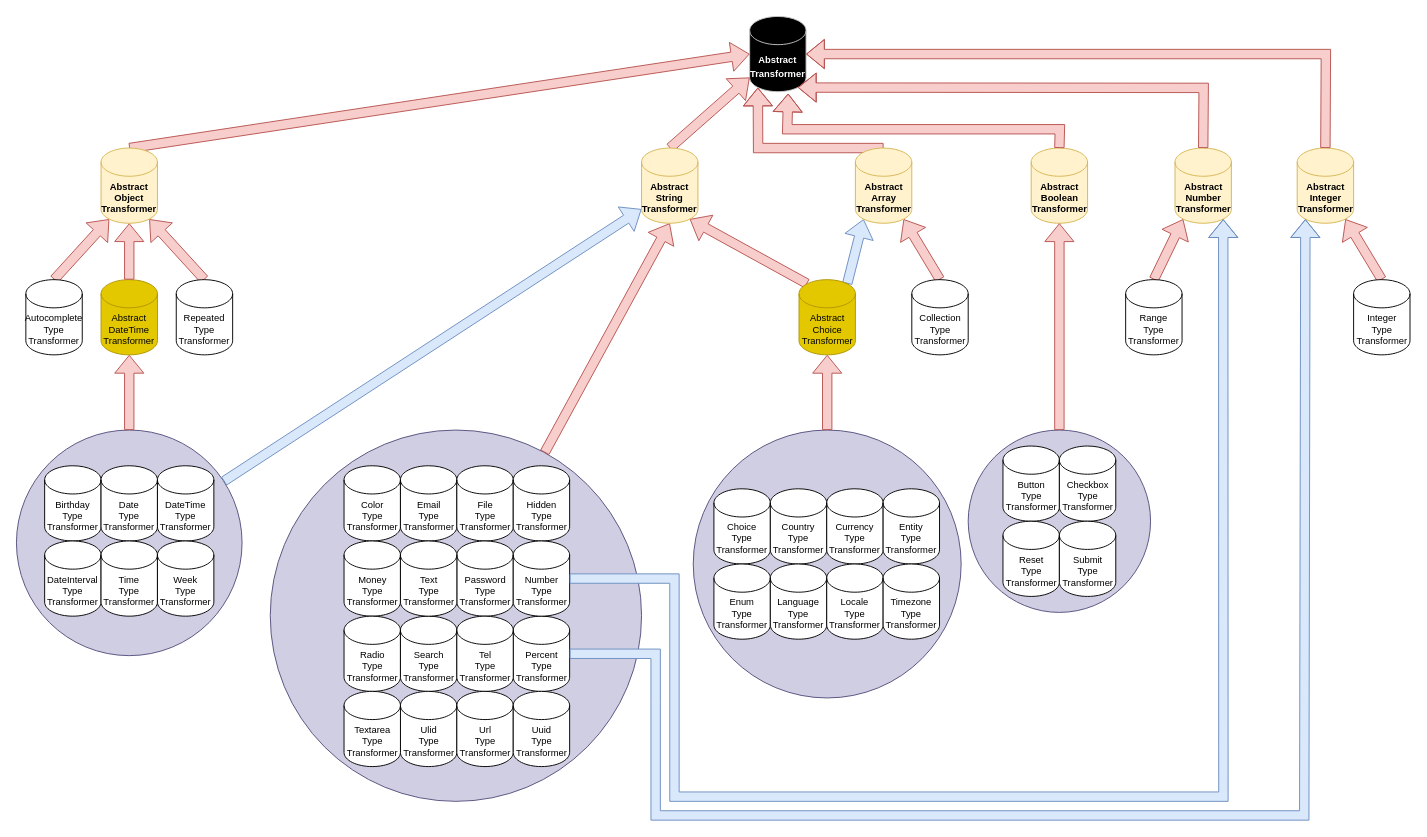
This is docs/architecture.drawio from w3r-one/json-schema-bundle, a draw.io file, before an edit. Source tidied: cells renumbered, new cells numbered last; positions are measured from the earlier drawing's top-left corner, leaving out a move shared by most shapes. Both pictures are drawn from the tidied source at 94%, with x=0, y=0 at pixel (16, 16).
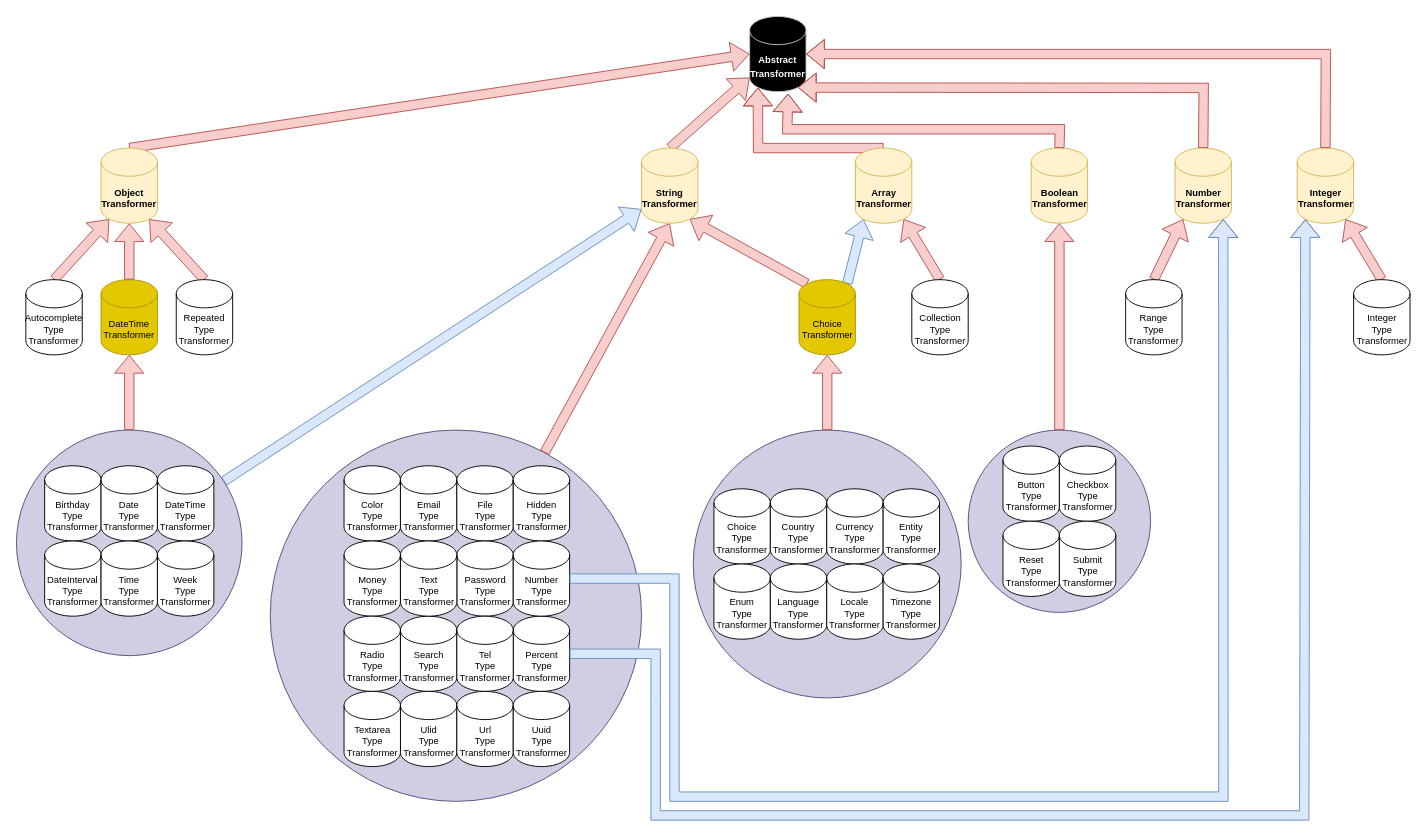
After the change.

The edit, as a diff of the source:
```diff
@@
-    <mxCell id="5" value="&lt;div&gt;Abstract&lt;/div&gt;&lt;div&gt;Boolean&lt;/div&gt;&lt;div&gt;Transformer&lt;/div&gt;" style="shape=cylinder3;whiteSpace=wrap;html=1;boundedLbl=1;backgroundOutline=1;size=15;fontSize=10;fillColor=#fff2cc;strokeColor=#d6b656;fontStyle=1;" parent="1" vertex="1">
+    <mxCell id="5" value="&lt;div&gt;Boolean&lt;/div&gt;&lt;div&gt;Transformer&lt;/div&gt;" style="shape=cylinder3;whiteSpace=wrap;html=1;boundedLbl=1;backgroundOutline=1;size=15;fontSize=10;fillColor=#fff2cc;strokeColor=#d6b656;fontStyle=1;" parent="1" vertex="1">
       <mxGeometry x="1079.5" y="140" width="60" height="80" as="geometry" />
     </mxCell>
-    <mxCell id="6" value="&lt;div&gt;Abstract&lt;/div&gt;&lt;div&gt;Number&lt;br&gt;&lt;/div&gt;&lt;div&gt;Transformer&lt;/div&gt;" style="shape=cylinder3;whiteSpace=wrap;html=1;boundedLbl=1;backgroundOutline=1;size=15;fontSize=10;fillColor=#fff2cc;strokeColor=#d6b656;fontStyle=1;" parent="1" vertex="1">
+    <mxCell id="6" value="&lt;div&gt;Number&lt;br&gt;&lt;/div&gt;&lt;div&gt;Transformer&lt;/div&gt;" style="shape=cylinder3;whiteSpace=wrap;html=1;boundedLbl=1;backgroundOutline=1;size=15;fontSize=10;fillColor=#fff2cc;strokeColor=#d6b656;fontStyle=1;" parent="1" vertex="1">
       <mxGeometry x="1232.5" y="140" width="60" height="80" as="geometry" />
     </mxCell>
-    <mxCell id="7" value="&lt;div&gt;Abstract&lt;/div&gt;&lt;div&gt;Integer&lt;/div&gt;&lt;div&gt;Transformer&lt;/div&gt;" style="shape=cylinder3;whiteSpace=wrap;html=1;boundedLbl=1;backgroundOutline=1;size=15;fontSize=10;fillColor=#fff2cc;strokeColor=#d6b656;fontStyle=1;" parent="1" vertex="1">
+    <mxCell id="7" value="&lt;div&gt;Integer&lt;/div&gt;&lt;div&gt;Transformer&lt;/div&gt;" style="shape=cylinder3;whiteSpace=wrap;html=1;boundedLbl=1;backgroundOutline=1;size=15;fontSize=10;fillColor=#fff2cc;strokeColor=#d6b656;fontStyle=1;" parent="1" vertex="1">
       <mxGeometry x="1362.5" y="140" width="60" height="80" as="geometry" />
     </mxCell>
@@
-    <mxCell id="12" value="&lt;div&gt;Abstract&lt;br&gt;&lt;/div&gt;&lt;div&gt;DateTime&lt;/div&gt;&lt;div&gt;Transformer&lt;/div&gt;" style="shape=cylinder3;whiteSpace=wrap;html=1;boundedLbl=1;backgroundOutline=1;size=15;fontSize=10;fillColor=#e3c800;fontColor=#000000;strokeColor=#B09500;" parent="1" vertex="1">
+    <mxCell id="12" value="&lt;div&gt;DateTime&lt;/div&gt;&lt;div&gt;Transformer&lt;/div&gt;" style="shape=cylinder3;whiteSpace=wrap;html=1;boundedLbl=1;backgroundOutline=1;size=15;fontSize=10;fillColor=#e3c800;fontColor=#000000;strokeColor=#B09500;" parent="1" vertex="1">
       <mxGeometry x="90" y="280" width="60" height="80" as="geometry" />
     </mxCell>
@@
-    <mxCell id="66" value="Abstract&lt;br&gt;Array&lt;br&gt;Transformer" style="shape=cylinder3;whiteSpace=wrap;html=1;boundedLbl=1;backgroundOutline=1;size=15;fontSize=10;fillColor=#fff2cc;strokeColor=#d6b656;fontStyle=1;" parent="1" vertex="1">
+    <mxCell id="66" value="Array&lt;br&gt;Transformer" style="shape=cylinder3;whiteSpace=wrap;html=1;boundedLbl=1;backgroundOutline=1;size=15;fontSize=10;fillColor=#fff2cc;strokeColor=#d6b656;fontStyle=1;" parent="1" vertex="1">
       <mxGeometry x="892.5" y="140" width="60" height="80" as="geometry" />
     </mxCell>
-    <mxCell id="67" value="&lt;div&gt;Abstract&lt;/div&gt;&lt;div&gt;String&lt;/div&gt;&lt;div&gt;Transformer&lt;/div&gt;" style="shape=cylinder3;whiteSpace=wrap;html=1;boundedLbl=1;backgroundOutline=1;size=15;fontSize=10;fillColor=#fff2cc;strokeColor=#d6b656;fontStyle=1;" parent="1" vertex="1">
+    <mxCell id="67" value="&lt;div&gt;String&lt;/div&gt;&lt;div&gt;Transformer&lt;/div&gt;" style="shape=cylinder3;whiteSpace=wrap;html=1;boundedLbl=1;backgroundOutline=1;size=15;fontSize=10;fillColor=#fff2cc;strokeColor=#d6b656;fontStyle=1;" parent="1" vertex="1">
       <mxGeometry x="665" y="140" width="60" height="80" as="geometry" />
     </mxCell>
@@
-    <mxCell id="73" value="&lt;div&gt;Abstract&lt;/div&gt;&lt;div&gt;Object&lt;br&gt;&lt;/div&gt;&lt;div&gt;Transformer&lt;/div&gt;" style="shape=cylinder3;whiteSpace=wrap;html=1;boundedLbl=1;backgroundOutline=1;size=15;fontSize=10;fillColor=#fff2cc;strokeColor=#d6b656;fontStyle=1;" parent="1" vertex="1">
+    <mxCell id="73" value="&lt;div&gt;Object&lt;br&gt;&lt;/div&gt;&lt;div&gt;Transformer&lt;/div&gt;" style="shape=cylinder3;whiteSpace=wrap;html=1;boundedLbl=1;backgroundOutline=1;size=15;fontSize=10;fillColor=#fff2cc;strokeColor=#d6b656;fontStyle=1;" parent="1" vertex="1">
       <mxGeometry x="90" y="140" width="60" height="80" as="geometry" />
     </mxCell>
-    <mxCell id="74" value="&lt;div&gt;Abstract&lt;/div&gt;&lt;div&gt;Choice&lt;/div&gt;&lt;div&gt;Transformer&lt;/div&gt;" style="shape=cylinder3;whiteSpace=wrap;html=1;boundedLbl=1;backgroundOutline=1;size=15;fontSize=10;fillColor=#e3c800;fontColor=#000000;strokeColor=#B09500;" parent="1" vertex="1">
+    <mxCell id="74" value="&lt;div&gt;Choice&lt;/div&gt;&lt;div&gt;Transformer&lt;/div&gt;" style="shape=cylinder3;whiteSpace=wrap;html=1;boundedLbl=1;backgroundOutline=1;size=15;fontSize=10;fillColor=#e3c800;fontColor=#000000;strokeColor=#B09500;" parent="1" vertex="1">
       <mxGeometry x="832.5" y="280" width="60" height="80" as="geometry" />
     </mxCell>
```
